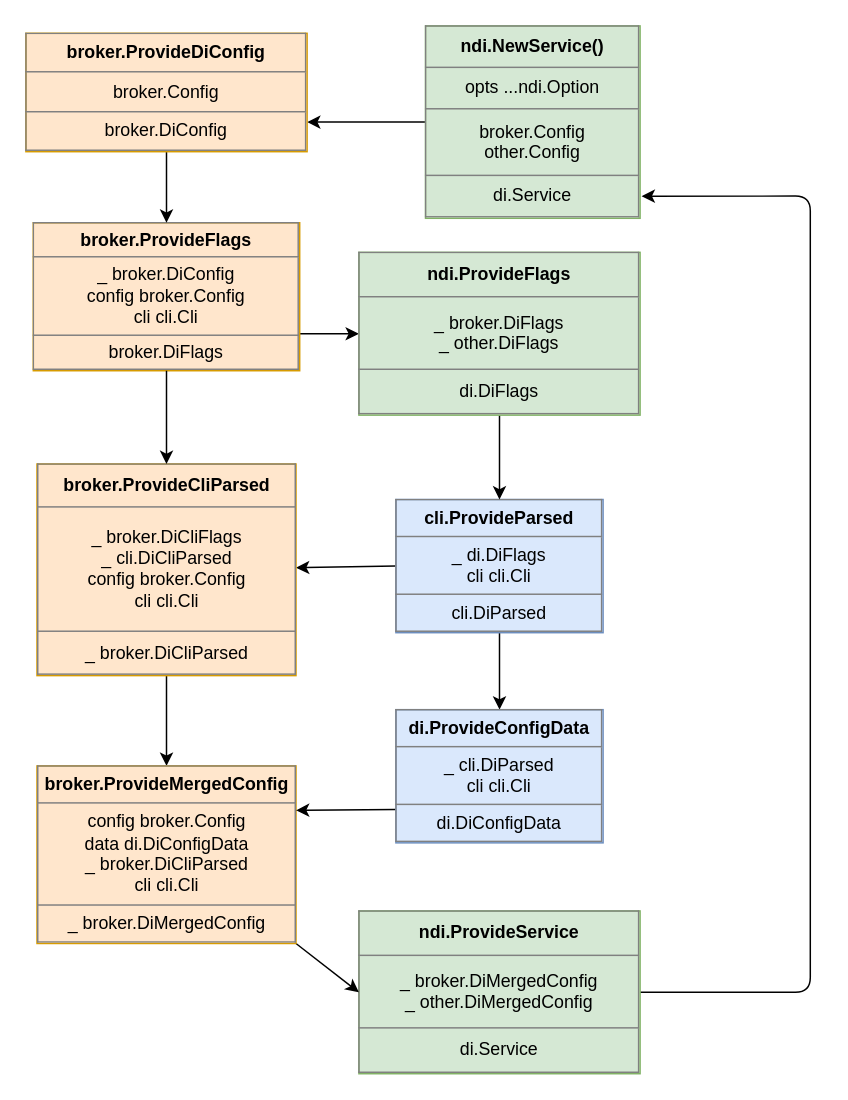
Earlier version of the draw.io diagram docs/wire/new_wire_di.dio (jochumdev/microwire). Source tidied: cells renumbered, new cells numbered last; positions are measured from the earlier drawing's top-left corner, leaving out a move shared by most shapes. Both pictures are drawn from the tidied source at 148%, with x=0, y=0 at pixel (25, 25).
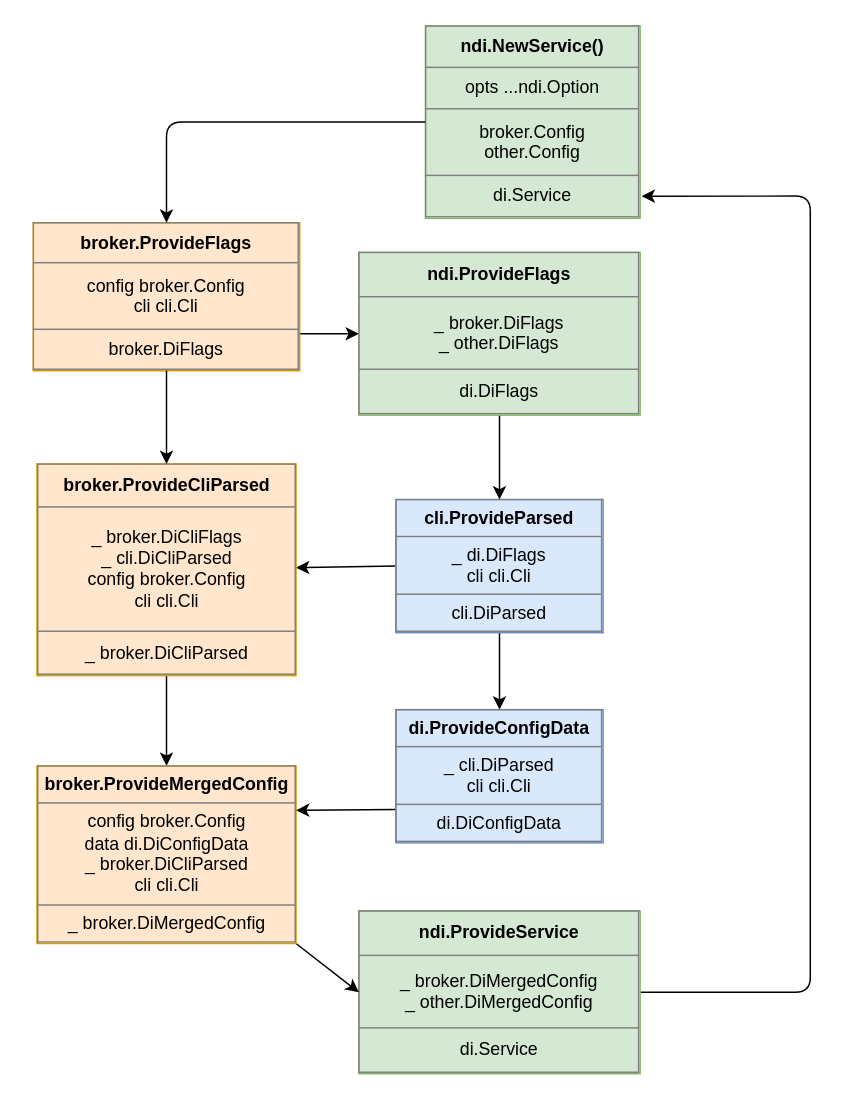
After the change.

Commit message (it also covers changes not shown here):
(docs): Update new_wire Diagram

Unchanged cells that the change refers to:
```xml
<mxCell id="3" value="&lt;table border=&quot;1&quot; width=&quot;100%&quot; height=&quot;100%&quot; cellpadding=&quot;4&quot; style=&quot;width: 100%; height: 100%; border-collapse: collapse;&quot;&gt;&lt;tbody&gt;&lt;tr&gt;&lt;th align=&quot;center&quot;&gt;&lt;b&gt;ndi.NewService()&lt;/b&gt;&lt;/th&gt;&lt;/tr&gt;&lt;tr&gt;&lt;td align=&quot;center&quot;&gt;opts ...ndi.Option&lt;/td&gt;&lt;/tr&gt;&lt;tr&gt;&lt;td align=&quot;center&quot;&gt;broker.Config&lt;br&gt;other.Config&lt;/td&gt;&lt;/tr&gt;&lt;tr&gt;&lt;td style=&quot;text-align: center;&quot;&gt;di.Service&lt;/td&gt;&lt;/tr&gt;&lt;/tbody&gt;&lt;/table&gt;" style="text;html=1;strokeColor=#82b366;fillColor=#d5e8d4;overflow=fill;" parent="1" vertex="1">
  <mxGeometry x="270" width="145" height="130" as="geometry" />
</mxCell>
```

The edit, as a diff of the source:
```diff
@@
-    <mxCell id="2" style="edgeStyle=none;html=1;entryX=1;entryY=0.75;entryDx=0;entryDy=0;" parent="1" edge="1" source="3" target="21">
-      <mxGeometry relative="1" as="geometry" />
-    </mxCell>
@@
-    <mxCell id="12" value="&lt;table border=&quot;1&quot; width=&quot;100%&quot; height=&quot;100%&quot; cellpadding=&quot;4&quot; style=&quot;width: 100%; height: 100%; border-collapse: collapse;&quot;&gt;&lt;tbody&gt;&lt;tr&gt;&lt;th align=&quot;center&quot;&gt;broker.ProvideFlags&lt;/th&gt;&lt;/tr&gt;&lt;tr&gt;&lt;td align=&quot;center&quot;&gt;_ broker.DiConfig&lt;br&gt;config broker.Config&lt;br&gt;cli cli.Cli&lt;/td&gt;&lt;/tr&gt;&lt;tr&gt;&lt;td align=&quot;center&quot;&gt;broker.DiFlags&lt;br&gt;&lt;/td&gt;&lt;/tr&gt;&lt;/tbody&gt;&lt;/table&gt;" style="text;html=1;strokeColor=#d79b00;fillColor=#ffe6cc;overflow=fill;" parent="1" vertex="1">
+    <mxCell id="12" value="&lt;table border=&quot;1&quot; width=&quot;100%&quot; height=&quot;100%&quot; cellpadding=&quot;4&quot; style=&quot;width: 100%; height: 100%; border-collapse: collapse;&quot;&gt;&lt;tbody&gt;&lt;tr&gt;&lt;th align=&quot;center&quot;&gt;broker.ProvideFlags&lt;/th&gt;&lt;/tr&gt;&lt;tr&gt;&lt;td align=&quot;center&quot;&gt;config broker.Config&lt;br&gt;cli cli.Cli&lt;/td&gt;&lt;/tr&gt;&lt;tr&gt;&lt;td align=&quot;center&quot;&gt;broker.DiFlags&lt;br&gt;&lt;/td&gt;&lt;/tr&gt;&lt;/tbody&gt;&lt;/table&gt;" style="text;html=1;strokeColor=#d79b00;fillColor=#ffe6cc;overflow=fill;" parent="1" vertex="1">
       <mxGeometry x="5" y="133" width="180" height="100" as="geometry" />
     </mxCell>
@@
-    <mxCell id="20" style="edgeStyle=none;html=1;exitX=0.5;exitY=1;exitDx=0;exitDy=0;entryX=0.5;entryY=0;entryDx=0;entryDy=0;" parent="1" edge="1" source="21" target="12">
-      <mxGeometry relative="1" as="geometry" />
+    <mxCell id="20" style="edgeStyle=none;html=1;exitX=0;exitY=0.5;exitDx=0;exitDy=0;entryX=0.5;entryY=0;entryDx=0;entryDy=0;" parent="1" edge="1" source="3" target="12">
+      <mxGeometry relative="1" as="geometry">
+        <Array as="points">
+          <mxPoint x="95" y="65" />
+        </Array>
+      </mxGeometry>
     </mxCell>
-    <mxCell id="21" value="&lt;table border=&quot;1&quot; width=&quot;100%&quot; height=&quot;100%&quot; cellpadding=&quot;4&quot; style=&quot;width: 100%; height: 100%; border-collapse: collapse;&quot;&gt;&lt;tbody&gt;&lt;tr&gt;&lt;th align=&quot;center&quot;&gt;broker.ProvideDiConfig&lt;/th&gt;&lt;/tr&gt;&lt;tr&gt;&lt;td align=&quot;center&quot;&gt;broker.Config&lt;/td&gt;&lt;/tr&gt;&lt;tr&gt;&lt;td align=&quot;center&quot;&gt;broker.DiConfig&lt;br&gt;&lt;/td&gt;&lt;/tr&gt;&lt;/tbody&gt;&lt;/table&gt;" style="text;html=1;strokeColor=#d79b00;fillColor=#ffe6cc;overflow=fill;" parent="1" vertex="1">
-      <mxGeometry y="5" width="190" height="80" as="geometry" />
-    </mxCell>
```
